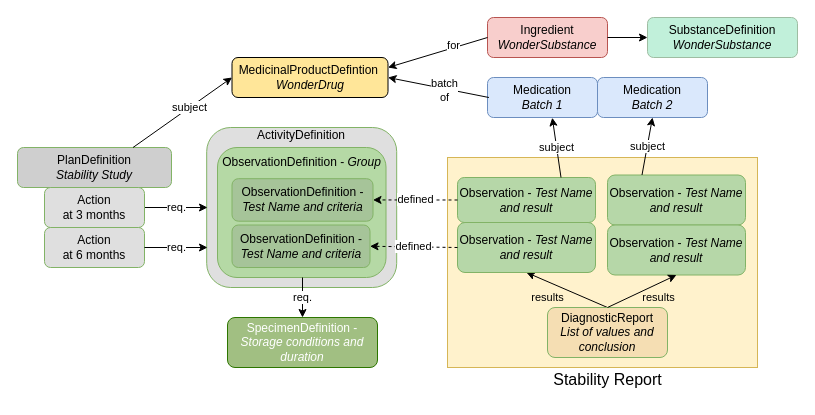
Before: input/images-source/stability_FHIR_resources.drawio in HL7/uv-dx-pq, a draw.io diagram. Source tidied: cells renumbered, new cells numbered last; positions are measured from the earlier drawing's top-left corner, leaving out a move shared by most shapes. Both pictures are drawn from the tidied source at 100%, with x=0, y=0 at pixel (17, 17).
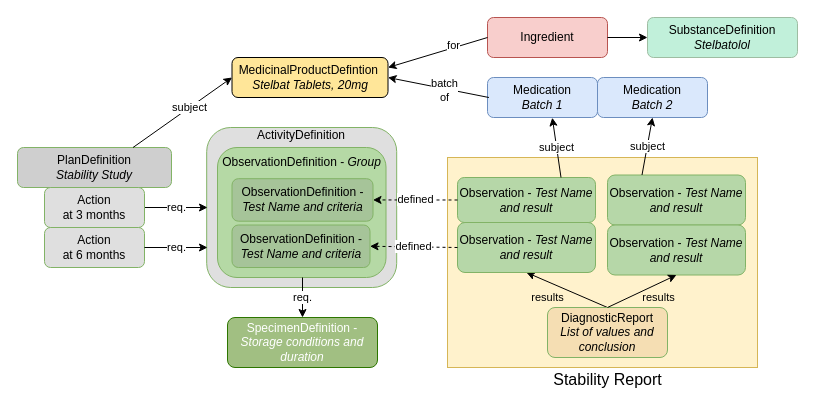
After the change.

What changed in the source:
```diff
@@
-    <mxCell id="6" value="MedicinalProductDefintion&amp;nbsp;&lt;br&gt;&lt;i&gt;WonderDrug&lt;/i&gt;" style="rounded=1;whiteSpace=wrap;html=1;fontSize=12;glass=0;strokeWidth=1;shadow=0;fillColor=#ffe699;" parent="1" vertex="1">
+    <mxCell id="6" value="MedicinalProductDefintion&amp;nbsp;&lt;br&gt;&lt;i style=&quot;border-color: var(--border-color);&quot;&gt;Stelbat Tablets, 20mg&lt;/i&gt;" style="rounded=1;whiteSpace=wrap;html=1;fontSize=12;glass=0;strokeWidth=1;shadow=0;fillColor=#ffe699;" parent="1" vertex="1">
       <mxGeometry x="214.5" y="40" width="156" height="40" as="geometry" />
     </mxCell>
@@
-    <mxCell id="29" value="Ingredient&lt;br&gt;&lt;i&gt;WonderSubstance&lt;/i&gt;" style="rounded=1;whiteSpace=wrap;html=1;fontSize=12;glass=0;strokeWidth=1;shadow=0;fillColor=#f8cecc;strokeColor=#b85450;" parent="1" vertex="1">
+    <mxCell id="29" value="Ingredient" style="rounded=1;whiteSpace=wrap;html=1;fontSize=12;glass=0;strokeWidth=1;shadow=0;fillColor=#f8cecc;strokeColor=#b85450;" parent="1" vertex="1">
       <mxGeometry x="470" width="120" height="40" as="geometry" />
     </mxCell>
@@
-    <mxCell id="31" value="SubstanceDefinition&lt;br&gt;&lt;i&gt;WonderSubstance&lt;/i&gt;" style="rounded=1;whiteSpace=wrap;html=1;fontSize=12;glass=0;strokeWidth=1;shadow=0;fillColor=#c1f0da;strokeColor=#9ebda2;" parent="1" vertex="1">
+    <mxCell id="31" value="SubstanceDefinition&lt;br&gt;&lt;i style=&quot;border-color: var(--border-color);&quot;&gt;Stelbatolol&lt;/i&gt;" style="rounded=1;whiteSpace=wrap;html=1;fontSize=12;glass=0;strokeWidth=1;shadow=0;fillColor=#c1f0da;strokeColor=#9ebda2;" parent="1" vertex="1">
       <mxGeometry x="630" width="150" height="40" as="geometry" />
     </mxCell>
```
